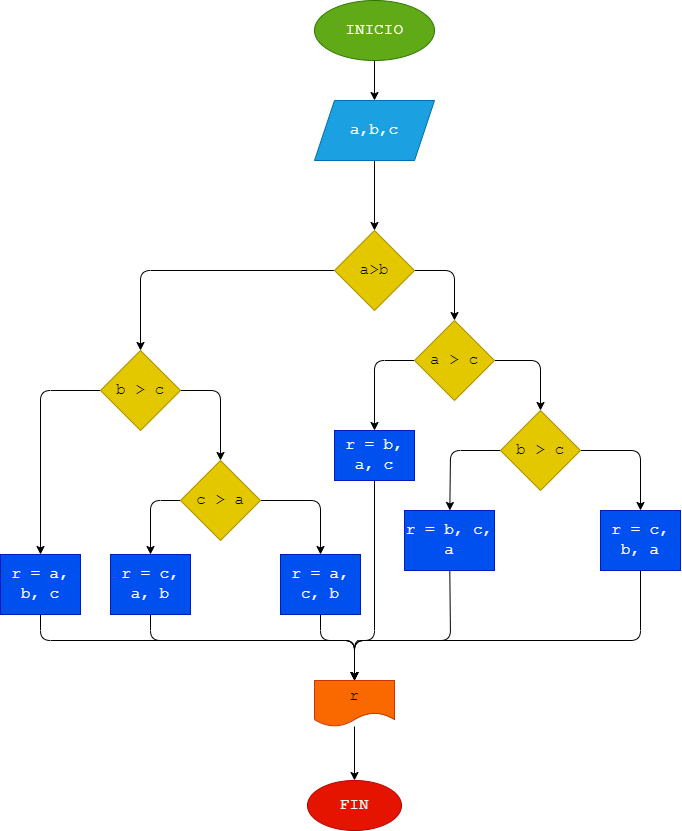
Earlier version of the draw.io export diagrama.png (JFEstevezC/ordenar_numeros). Source tidied: cells renumbered, new cells last; positions are measured from the earlier drawing's top-left corner, leaving out a move shared by most shapes.
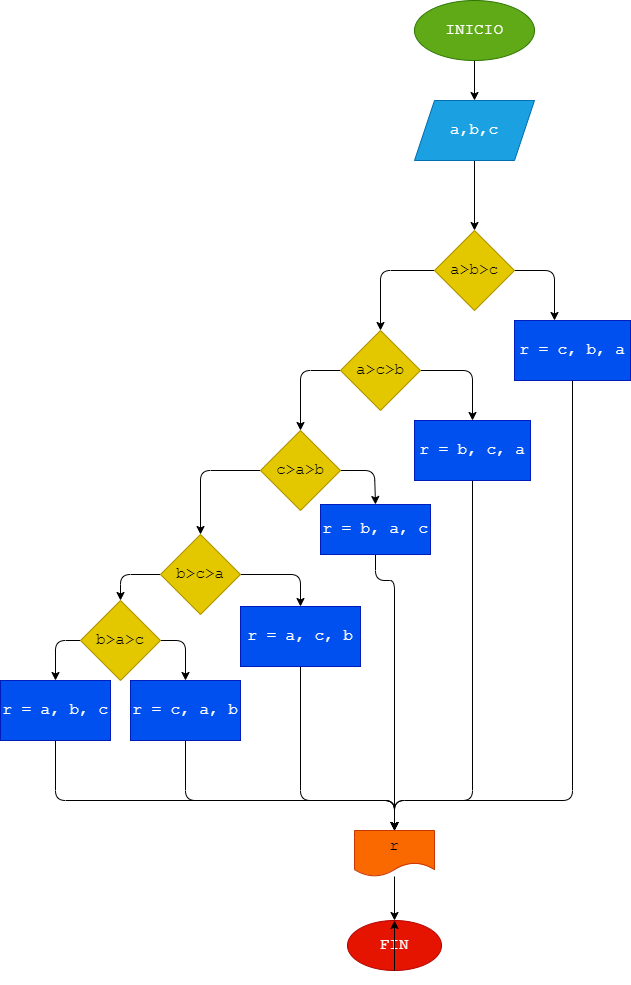
The same diagram one commit later.

Change to the diagram source:
```diff
@@ -14,8 +14,9 @@
     <mxCell id="5" value="a,b,c" style="shape=parallelogram;perimeter=parallelogramPerimeter;whiteSpace=wrap;html=1;fixedSize=1;fillColor=#1ba1e2;fontColor=#ffffff;strokeColor=#006EAF;fontFamily=Courier New;fontSize=16;" parent="1" vertex="1">
       <mxGeometry x="314" y="100" width="120" height="60" as="geometry" />
     </mxCell>
-    <mxCell id="6" style="edgeStyle=none;html=1;fontFamily=Courier New;fontSize=16;" parent="1" edge="1" source="8" target="11">
+    <mxCell id="6" style="edgeStyle=none;html=1;fontFamily=Courier New;fontSize=16;" parent="1" edge="1" source="8">
       <mxGeometry relative="1" as="geometry">
+        <mxPoint x="454" y="320" as="targetPoint" />
         <Array as="points">
           <mxPoint x="454" y="270" />
         </Array>
@@ -24,155 +25,158 @@
     <mxCell id="7" style="edgeStyle=none;html=1;fontFamily=Courier New;fontSize=16;" parent="1" edge="1" source="8" target="23">
       <mxGeometry relative="1" as="geometry">
         <Array as="points">
-          <mxPoint x="140" y="270" />
+          <mxPoint x="280" y="270" />
         </Array>
       </mxGeometry>
     </mxCell>
-    <mxCell id="8" value="a&amp;gt;b" style="rhombus;whiteSpace=wrap;html=1;fillColor=#e3c800;fontColor=#000000;strokeColor=#B09500;fontFamily=Courier New;fontSize=16;" parent="1" vertex="1">
+    <mxCell id="8" value="a&amp;gt;b&amp;gt;c" style="rhombus;whiteSpace=wrap;html=1;fillColor=#e3c800;fontColor=#000000;strokeColor=#B09500;fontFamily=Courier New;fontSize=16;" parent="1" vertex="1">
       <mxGeometry x="334" y="230" width="80" height="80" as="geometry" />
     </mxCell>
-    <mxCell id="9" style="edgeStyle=none;html=1;fontFamily=Courier New;fontSize=16;" parent="1" edge="1" source="11" target="14">
-      <mxGeometry relative="1" as="geometry">
-        <Array as="points">
-          <mxPoint x="540" y="360" />
-        </Array>
-      </mxGeometry>
-    </mxCell>
-    <mxCell id="10" style="edgeStyle=none;html=1;fontFamily=Courier New;fontSize=16;" parent="1" edge="1" source="11" target="20">
-      <mxGeometry relative="1" as="geometry">
-        <Array as="points">
-          <mxPoint x="374" y="360" />
-        </Array>
-      </mxGeometry>
-    </mxCell>
-    <mxCell id="11" value="a &amp;gt; c" style="rhombus;whiteSpace=wrap;html=1;fillColor=#e3c800;fontColor=#000000;strokeColor=#B09500;fontFamily=Courier New;fontSize=16;" parent="1" vertex="1">
-      <mxGeometry x="414" y="320" width="80" height="80" as="geometry" />
-    </mxCell>
-    <mxCell id="12" style="edgeStyle=none;html=1;fontFamily=Courier New;fontSize=16;" parent="1" edge="1" source="14" target="16">
-      <mxGeometry relative="1" as="geometry">
-        <Array as="points">
-          <mxPoint x="640" y="450" />
-        </Array>
-      </mxGeometry>
-    </mxCell>
-    <mxCell id="13" style="edgeStyle=none;html=1;fontFamily=Courier New;fontSize=16;" parent="1" edge="1" source="14" target="18">
-      <mxGeometry relative="1" as="geometry">
-        <Array as="points">
-          <mxPoint x="450" y="450" />
-        </Array>
-      </mxGeometry>
-    </mxCell>
-    <mxCell id="14" value="b &amp;gt; c" style="rhombus;whiteSpace=wrap;html=1;fillColor=#e3c800;fontColor=#000000;strokeColor=#B09500;fontFamily=Courier New;fontSize=16;" parent="1" vertex="1">
-      <mxGeometry x="500" y="410" width="80" height="80" as="geometry" />
-    </mxCell>
-    <mxCell id="15" style="edgeStyle=none;html=1;entryX=0.5;entryY=0;entryDx=0;entryDy=0;fontFamily=Courier New;fontSize=16;" parent="1" edge="1" source="16" target="34">
+    <mxCell id="15" style="edgeStyle=none;html=1;entryX=0.5;entryY=0;entryDx=0;entryDy=0;" parent="1" edge="1" source="16" target="34">
       <mxGeometry relative="1" as="geometry">
         <Array as="points">
-          <mxPoint x="640" y="640" />
-          <mxPoint x="354" y="640" />
+          <mxPoint x="472" y="800" />
+          <mxPoint x="294" y="800" />
         </Array>
       </mxGeometry>
     </mxCell>
     <mxCell id="16" value="r = c, b, a" style="whiteSpace=wrap;html=1;fillColor=#0050ef;fontColor=#ffffff;strokeColor=#001DBC;fontFamily=Courier New;fontSize=16;" parent="1" vertex="1">
-      <mxGeometry x="600" y="510" width="80" height="60" as="geometry" />
+      <mxGeometry x="414" y="320" width="116" height="60" as="geometry" />
     </mxCell>
-    <mxCell id="17" style="edgeStyle=none;html=1;entryX=0.5;entryY=0;entryDx=0;entryDy=0;fontFamily=Courier New;fontSize=16;" parent="1" edge="1" source="18" target="34">
+    <mxCell id="17" style="edgeStyle=none;html=1;entryX=0.5;entryY=0;entryDx=0;entryDy=0;" parent="1" edge="1" source="18" target="34">
       <mxGeometry relative="1" as="geometry">
         <Array as="points">
-          <mxPoint x="450" y="640" />
-          <mxPoint x="354" y="640" />
+          <mxPoint x="372" y="800" />
+          <mxPoint x="294" y="800" />
         </Array>
       </mxGeometry>
     </mxCell>
     <mxCell id="18" value="r = b, c, a" style="whiteSpace=wrap;html=1;fillColor=#0050ef;fontColor=#ffffff;strokeColor=#001DBC;fontFamily=Courier New;fontSize=16;" parent="1" vertex="1">
-      <mxGeometry x="404" y="510" width="90" height="60" as="geometry" />
+      <mxGeometry x="314" y="420" width="116" height="60" as="geometry" />
     </mxCell>
-    <mxCell id="19" style="edgeStyle=none;html=1;entryX=0.5;entryY=0;entryDx=0;entryDy=0;fontFamily=Courier New;fontSize=16;" parent="1" edge="1" source="20" target="34">
+    <mxCell id="19" style="edgeStyle=none;html=1;entryX=0.5;entryY=0;entryDx=0;entryDy=0;" parent="1" edge="1" source="20" target="34">
       <mxGeometry relative="1" as="geometry">
         <Array as="points">
-          <mxPoint x="374" y="640" />
-          <mxPoint x="354" y="640" />
+          <mxPoint x="275" y="580" />
+          <mxPoint x="294" y="580" />
         </Array>
       </mxGeometry>
     </mxCell>
     <mxCell id="20" value="r = b, a, c" style="whiteSpace=wrap;html=1;fillColor=#0050ef;fontColor=#ffffff;strokeColor=#001DBC;fontFamily=Courier New;fontSize=16;" parent="1" vertex="1">
-      <mxGeometry x="334" y="430" width="80" height="50" as="geometry" />
+      <mxGeometry x="220" y="504" width="110" height="50" as="geometry" />
     </mxCell>
-    <mxCell id="21" style="edgeStyle=none;html=1;fontFamily=Courier New;fontSize=16;" parent="1" edge="1" source="23" target="26">
+    <mxCell id="21" style="edgeStyle=none;html=1;fontFamily=Courier New;fontSize=16;" parent="1" edge="1" source="23" target="18">
       <mxGeometry relative="1" as="geometry">
         <Array as="points">
-          <mxPoint x="220" y="390" />
+          <mxPoint x="372" y="370" />
         </Array>
       </mxGeometry>
     </mxCell>
-    <mxCell id="22" style="edgeStyle=none;html=1;fontFamily=Courier New;fontSize=16;" parent="1" edge="1" source="23" target="32">
-      <mxGeometry relative="1" as="geometry">
-        <Array as="points">
-          <mxPoint x="40" y="390" />
-        </Array>
-      </mxGeometry>
-    </mxCell>
+    <mxCell id="36" style="edgeStyle=none;html=1;" parent="1" edge="1" source="23" target="39">
+      <mxGeometry relative="1" as="geometry">
+        <Array as="points">
+          <mxPoint x="200" y="370" />
+        </Array>
+      </mxGeometry>
+    </mxCell>
-    <mxCell id="23" value="b &amp;gt; c" style="rhombus;whiteSpace=wrap;html=1;fillColor=#e3c800;fontColor=#000000;strokeColor=#B09500;fontFamily=Courier New;fontSize=16;" parent="1" vertex="1">
-      <mxGeometry x="100" y="350" width="80" height="80" as="geometry" />
+    <mxCell id="23" value="a&amp;gt;c&amp;gt;b" style="rhombus;whiteSpace=wrap;html=1;fillColor=#e3c800;fontColor=#000000;strokeColor=#B09500;fontFamily=Courier New;fontSize=16;" parent="1" vertex="1">
+      <mxGeometry x="240" y="330" width="80" height="80" as="geometry" />
     </mxCell>
-    <mxCell id="24" style="edgeStyle=none;html=1;entryX=0.5;entryY=0;entryDx=0;entryDy=0;fontFamily=Courier New;fontSize=16;" parent="1" edge="1" source="26" target="28">
-      <mxGeometry relative="1" as="geometry">
-        <Array as="points">
-          <mxPoint x="320" y="500" />
-        </Array>
-      </mxGeometry>
-    </mxCell>
-    <mxCell id="25" style="edgeStyle=none;html=1;fontFamily=Courier New;fontSize=16;" parent="1" edge="1" source="26" target="30">
-      <mxGeometry relative="1" as="geometry">
-        <Array as="points">
-          <mxPoint x="150" y="500" />
-        </Array>
-      </mxGeometry>
-    </mxCell>
-    <mxCell id="26" value="c &amp;gt; a" style="rhombus;whiteSpace=wrap;html=1;fillColor=#e3c800;fontColor=#000000;strokeColor=#B09500;fontFamily=Courier New;fontSize=16;" parent="1" vertex="1">
-      <mxGeometry x="180" y="460" width="80" height="80" as="geometry" />
-    </mxCell>
-    <mxCell id="27" style="edgeStyle=none;html=1;fontFamily=Courier New;fontSize=16;" parent="1" edge="1" source="28" target="34">
+    <mxCell id="27" style="edgeStyle=none;html=1;entryX=0.5;entryY=0;entryDx=0;entryDy=0;" parent="1" edge="1" source="28" target="34">
       <mxGeometry relative="1" as="geometry">
         <Array as="points">
-          <mxPoint x="320" y="640" />
-          <mxPoint x="354" y="640" />
+          <mxPoint x="200" y="800" />
+          <mxPoint x="294" y="800" />
         </Array>
       </mxGeometry>
     </mxCell>
     <mxCell id="28" value="r = a, c, b" style="rounded=0;whiteSpace=wrap;html=1;fillColor=#0050ef;fontColor=#ffffff;strokeColor=#001DBC;fontFamily=Courier New;fontSize=16;" parent="1" vertex="1">
-      <mxGeometry x="280" y="554" width="80" height="60" as="geometry" />
+      <mxGeometry x="140" y="606" width="120" height="60" as="geometry" />
     </mxCell>
-    <mxCell id="29" style="edgeStyle=none;html=1;entryX=0.5;entryY=0;entryDx=0;entryDy=0;fontFamily=Courier New;fontSize=16;" parent="1" edge="1" source="30" target="34">
+    <mxCell id="29" style="edgeStyle=none;html=1;entryX=0.5;entryY=0;entryDx=0;entryDy=0;" parent="1" edge="1" source="30" target="34">
       <mxGeometry relative="1" as="geometry">
         <Array as="points">
-          <mxPoint x="150" y="640" />
-          <mxPoint x="354" y="640" />
+          <mxPoint x="85" y="800" />
+          <mxPoint x="294" y="800" />
         </Array>
       </mxGeometry>
     </mxCell>
     <mxCell id="30" value="r = c, a, b" style="whiteSpace=wrap;html=1;fillColor=#0050ef;fontColor=#ffffff;strokeColor=#001DBC;fontFamily=Courier New;fontSize=16;" parent="1" vertex="1">
-      <mxGeometry x="110" y="554" width="80" height="60" as="geometry" />
+      <mxGeometry x="30" y="680" width="110" height="60" as="geometry" />
     </mxCell>
-    <mxCell id="31" style="edgeStyle=none;html=1;entryX=0.5;entryY=0;entryDx=0;entryDy=0;fontFamily=Courier New;fontSize=16;" parent="1" edge="1" source="32" target="34">
+    <mxCell id="31" style="edgeStyle=none;html=1;entryX=0.5;entryY=0;entryDx=0;entryDy=0;" parent="1" edge="1" source="32" target="34">
       <mxGeometry relative="1" as="geometry">
         <Array as="points">
-          <mxPoint x="40" y="640" />
-          <mxPoint x="354" y="640" />
+          <mxPoint x="-45" y="800" />
+          <mxPoint x="294" y="800" />
         </Array>
       </mxGeometry>
     </mxCell>
     <mxCell id="32" value="r = a, b, c" style="whiteSpace=wrap;html=1;fillColor=#0050ef;fontColor=#ffffff;strokeColor=#001DBC;fontFamily=Courier New;fontSize=16;" parent="1" vertex="1">
-      <mxGeometry y="554" width="80" height="60" as="geometry" />
+      <mxGeometry x="-100" y="680" width="110" height="60" as="geometry" />
     </mxCell>
     <mxCell id="33" style="edgeStyle=none;html=1;entryX=0.5;entryY=0;entryDx=0;entryDy=0;fontFamily=Courier New;fontSize=16;" parent="1" edge="1" source="34" target="35">
       <mxGeometry relative="1" as="geometry" />
     </mxCell>
     <mxCell id="34" value="r" style="shape=document;whiteSpace=wrap;html=1;boundedLbl=1;rounded=0;fillColor=#fa6800;fontColor=#000000;strokeColor=#C73500;fontFamily=Courier New;fontSize=16;" parent="1" vertex="1">
-      <mxGeometry x="314" y="680" width="80" height="46" as="geometry" />
+      <mxGeometry x="254" y="830" width="80" height="46" as="geometry" />
     </mxCell>
     <mxCell id="35" value="FIN" style="ellipse;whiteSpace=wrap;html=1;fillColor=#e51400;fontColor=#ffffff;strokeColor=#B20000;fontFamily=Courier New;fontSize=16;" parent="1" vertex="1">
-      <mxGeometry x="307" y="780" width="94" height="50" as="geometry" />
+      <mxGeometry x="247" y="920" width="94" height="50" as="geometry" />
     </mxCell>
+    <mxCell id="37" style="edgeStyle=none;html=1;entryX=0.5;entryY=0;entryDx=0;entryDy=0;" parent="1" edge="1" source="39" target="20">
+      <mxGeometry relative="1" as="geometry">
+        <Array as="points">
+          <mxPoint x="274" y="470" />
+        </Array>
+      </mxGeometry>
+    </mxCell>
+    <mxCell id="38" style="edgeStyle=none;html=1;" parent="1" edge="1" source="39" target="42">
+      <mxGeometry relative="1" as="geometry">
+        <Array as="points">
+          <mxPoint x="100" y="470" />
+        </Array>
+      </mxGeometry>
+    </mxCell>
+    <mxCell id="39" value="c&amp;gt;a&amp;gt;b" style="rhombus;whiteSpace=wrap;html=1;fillColor=#e3c800;fontColor=#000000;strokeColor=#B09500;fontFamily=Courier New;fontSize=16;direction=south;" parent="1" vertex="1">
+      <mxGeometry x="160" y="430" width="80" height="80" as="geometry" />
+    </mxCell>
+    <mxCell id="40" style="edgeStyle=none;html=1;entryX=0.5;entryY=0;entryDx=0;entryDy=0;" parent="1" edge="1" source="42" target="28">
+      <mxGeometry relative="1" as="geometry">
+        <Array as="points">
+          <mxPoint x="200" y="574" />
+        </Array>
+      </mxGeometry>
+    </mxCell>
+    <mxCell id="41" style="edgeStyle=none;html=1;" parent="1" edge="1" source="42" target="45">
+      <mxGeometry relative="1" as="geometry">
+        <Array as="points">
+          <mxPoint x="20" y="574" />
+        </Array>
+      </mxGeometry>
+    </mxCell>
+    <mxCell id="42" value="b&amp;gt;c&amp;gt;a" style="rhombus;whiteSpace=wrap;html=1;fillColor=#e3c800;fontColor=#000000;strokeColor=#B09500;fontFamily=Courier New;fontSize=16;direction=south;" parent="1" vertex="1">
+      <mxGeometry x="60" y="534" width="80" height="80" as="geometry" />
+    </mxCell>
+    <mxCell id="43" style="edgeStyle=none;html=1;entryX=0.5;entryY=0;entryDx=0;entryDy=0;" parent="1" edge="1" source="45" target="30">
+      <mxGeometry relative="1" as="geometry">
+        <Array as="points">
+          <mxPoint x="85" y="640" />
+        </Array>
+      </mxGeometry>
+    </mxCell>
+    <mxCell id="44" style="edgeStyle=none;html=1;entryX=0.5;entryY=0;entryDx=0;entryDy=0;" parent="1" edge="1" source="45" target="32">
+      <mxGeometry relative="1" as="geometry">
+        <Array as="points">
+          <mxPoint x="-45" y="640" />
+        </Array>
+      </mxGeometry>
+    </mxCell>
+    <mxCell id="45" value="b&amp;gt;a&amp;gt;c" style="rhombus;whiteSpace=wrap;html=1;fillColor=#e3c800;fontColor=#000000;strokeColor=#B09500;fontFamily=Courier New;fontSize=16;direction=south;" parent="1" vertex="1">
+      <mxGeometry x="-20" y="600" width="80" height="80" as="geometry" />
+    </mxCell>
+    <mxCell id="46" style="edgeStyle=none;html=1;exitX=0.5;exitY=1;exitDx=0;exitDy=0;entryX=0.5;entryY=0;entryDx=0;entryDy=0;" parent="1" edge="1" source="35" target="35">
+      <mxGeometry relative="1" as="geometry" />
+    </mxCell>
   </root>
 </mxGraphModel>
```
